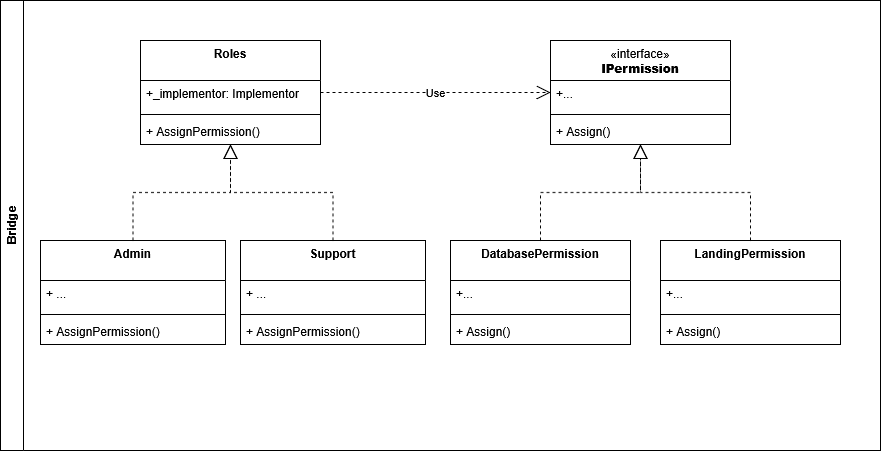
The draw.io diagram structural-patterns/bridge/devgalop.learn.bridge/resources/arq_bridge.drawio.png in devgalop/design-patterns-csharp, before a commit. Source tidied: cells renumbered, new cells last; positions are measured from the earlier drawing's top-left corner, leaving out a move shared by most shapes. Source of this version:
```xml
<mxGraphModel>
  <root>
    <mxCell id="0" />
    <mxCell id="1" parent="0" />
    <mxCell id="2" value="Bridge" style="swimlane;horizontal=0;whiteSpace=wrap;html=1;" parent="1" vertex="1">
      <mxGeometry width="880" height="450" as="geometry" />
    </mxCell>
    <mxCell id="3" value="Roles" style="swimlane;fontStyle=1;align=center;verticalAlign=top;horizontal=1;startSize=40;whiteSpace=wrap;html=1;" parent="2" vertex="1">
      <mxGeometry x="140" y="40" width="180" height="104" as="geometry" />
    </mxCell>
    <mxCell id="4" value="+_implementor: Implementor" style="text;strokeColor=none;fillColor=none;align=left;verticalAlign=top;spacingLeft=4;spacingRight=4;overflow=hidden;whiteSpace=wrap;html=1;" parent="3" vertex="1">
      <mxGeometry y="40" width="180" height="30" as="geometry" />
    </mxCell>
    <mxCell id="5" style="line;strokeWidth=1;fillColor=none;align=left;verticalAlign=middle;spacingTop=-1;spacingLeft=3;spacingRight=3;labelPosition=right;strokeColor=inherit;" parent="3" vertex="1">
      <mxGeometry y="70" width="180" height="8" as="geometry" />
    </mxCell>
    <mxCell id="6" value="+ AssignPermission()" style="text;strokeColor=none;fillColor=none;align=left;verticalAlign=top;spacingLeft=4;spacingRight=4;overflow=hidden;whiteSpace=wrap;html=1;" parent="3" vertex="1">
      <mxGeometry y="78" width="180" height="26" as="geometry" />
    </mxCell>
    <mxCell id="7" value="Admin" style="swimlane;fontStyle=1;align=center;verticalAlign=top;horizontal=1;startSize=40;whiteSpace=wrap;html=1;" parent="2" vertex="1">
      <mxGeometry x="40" y="240" width="185" height="104" as="geometry" />
    </mxCell>
    <mxCell id="8" value="+ ..." style="text;strokeColor=none;fillColor=none;align=left;verticalAlign=top;spacingLeft=4;spacingRight=4;overflow=hidden;whiteSpace=wrap;html=1;" parent="7" vertex="1">
      <mxGeometry y="40" width="185" height="30" as="geometry" />
    </mxCell>
    <mxCell id="9" style="line;strokeWidth=1;fillColor=none;align=left;verticalAlign=middle;spacingTop=-1;spacingLeft=3;spacingRight=3;labelPosition=right;strokeColor=inherit;" parent="7" vertex="1">
      <mxGeometry y="70" width="185" height="8" as="geometry" />
    </mxCell>
    <mxCell id="10" value="+ AssignPermission()" style="text;strokeColor=none;fillColor=none;align=left;verticalAlign=top;spacingLeft=4;spacingRight=4;overflow=hidden;whiteSpace=wrap;html=1;" parent="7" vertex="1">
      <mxGeometry y="78" width="185" height="26" as="geometry" />
    </mxCell>
    <mxCell id="11" value="DatabasePermission" style="swimlane;fontStyle=1;align=center;verticalAlign=top;horizontal=1;startSize=40;whiteSpace=wrap;html=1;" parent="2" vertex="1">
      <mxGeometry x="450" y="240" width="180" height="104" as="geometry" />
    </mxCell>
    <mxCell id="12" value="+..." style="text;strokeColor=none;fillColor=none;align=left;verticalAlign=top;spacingLeft=4;spacingRight=4;overflow=hidden;whiteSpace=wrap;html=1;" parent="11" vertex="1">
      <mxGeometry y="40" width="180" height="30" as="geometry" />
    </mxCell>
    <mxCell id="13" style="line;strokeWidth=1;fillColor=none;align=left;verticalAlign=middle;spacingTop=-1;spacingLeft=3;spacingRight=3;labelPosition=right;strokeColor=inherit;" parent="11" vertex="1">
      <mxGeometry y="70" width="180" height="8" as="geometry" />
    </mxCell>
    <mxCell id="14" value="+ Assign()" style="text;strokeColor=none;fillColor=none;align=left;verticalAlign=top;spacingLeft=4;spacingRight=4;overflow=hidden;whiteSpace=wrap;html=1;" parent="11" vertex="1">
      <mxGeometry y="78" width="180" height="26" as="geometry" />
    </mxCell>
    <mxCell id="15" style="endArrow=block;dashed=1;endFill=0;endSize=12;html=1;rounded=0;edgeStyle=orthogonalEdgeStyle;" parent="2" edge="1" source="7" target="3">
      <mxGeometry relative="1" as="geometry" />
    </mxCell>
    <mxCell id="16" value="&lt;span style=&quot;font-weight: normal;&quot;&gt;«interface»&lt;/span&gt;&lt;br&gt;&lt;b&gt;IPermission&lt;/b&gt;" style="swimlane;fontStyle=1;align=center;verticalAlign=top;horizontal=1;startSize=40;whiteSpace=wrap;html=1;" parent="2" vertex="1">
      <mxGeometry x="550" y="40" width="180" height="104" as="geometry" />
    </mxCell>
    <mxCell id="17" value="+..." style="text;strokeColor=none;fillColor=none;align=left;verticalAlign=top;spacingLeft=4;spacingRight=4;overflow=hidden;whiteSpace=wrap;html=1;" parent="16" vertex="1">
      <mxGeometry y="40" width="180" height="30" as="geometry" />
    </mxCell>
    <mxCell id="18" style="line;strokeWidth=1;fillColor=none;align=left;verticalAlign=middle;spacingTop=-1;spacingLeft=3;spacingRight=3;labelPosition=right;strokeColor=inherit;" parent="16" vertex="1">
      <mxGeometry y="70" width="180" height="8" as="geometry" />
    </mxCell>
    <mxCell id="19" value="+ Assign()" style="text;strokeColor=none;fillColor=none;align=left;verticalAlign=top;spacingLeft=4;spacingRight=4;overflow=hidden;whiteSpace=wrap;html=1;" parent="16" vertex="1">
      <mxGeometry y="78" width="180" height="26" as="geometry" />
    </mxCell>
    <mxCell id="20" value="Use" style="endArrow=open;endSize=12;dashed=1;html=1;rounded=0;" parent="2" edge="1" source="3" target="16">
      <mxGeometry relative="1" as="geometry" />
    </mxCell>
    <mxCell id="21" style="endArrow=block;dashed=1;endFill=0;endSize=12;html=1;rounded=0;edgeStyle=orthogonalEdgeStyle;" parent="2" edge="1" source="11" target="16">
      <mxGeometry relative="1" as="geometry" />
    </mxCell>
    <mxCell id="22" value="LandingPermission" style="swimlane;fontStyle=1;align=center;verticalAlign=top;horizontal=1;startSize=40;whiteSpace=wrap;html=1;" parent="2" vertex="1">
      <mxGeometry x="660" y="240" width="180" height="104" as="geometry" />
    </mxCell>
    <mxCell id="23" value="+..." style="text;strokeColor=none;fillColor=none;align=left;verticalAlign=top;spacingLeft=4;spacingRight=4;overflow=hidden;whiteSpace=wrap;html=1;" parent="22" vertex="1">
      <mxGeometry y="40" width="180" height="30" as="geometry" />
    </mxCell>
    <mxCell id="24" style="line;strokeWidth=1;fillColor=none;align=left;verticalAlign=middle;spacingTop=-1;spacingLeft=3;spacingRight=3;labelPosition=right;strokeColor=inherit;" parent="22" vertex="1">
      <mxGeometry y="70" width="180" height="8" as="geometry" />
    </mxCell>
    <mxCell id="25" value="+ Assign()" style="text;strokeColor=none;fillColor=none;align=left;verticalAlign=top;spacingLeft=4;spacingRight=4;overflow=hidden;whiteSpace=wrap;html=1;" parent="22" vertex="1">
      <mxGeometry y="78" width="180" height="26" as="geometry" />
    </mxCell>
    <mxCell id="26" style="endArrow=block;dashed=1;endFill=0;endSize=12;html=1;rounded=0;edgeStyle=orthogonalEdgeStyle;" parent="2" edge="1" source="22" target="16">
      <mxGeometry relative="1" as="geometry" />
    </mxCell>
    <mxCell id="27" value="Support" style="swimlane;fontStyle=1;align=center;verticalAlign=top;horizontal=1;startSize=40;whiteSpace=wrap;html=1;" parent="2" vertex="1">
      <mxGeometry x="240" y="240" width="185" height="104" as="geometry" />
    </mxCell>
    <mxCell id="28" value="+ ..." style="text;strokeColor=none;fillColor=none;align=left;verticalAlign=top;spacingLeft=4;spacingRight=4;overflow=hidden;whiteSpace=wrap;html=1;" parent="27" vertex="1">
      <mxGeometry y="40" width="185" height="30" as="geometry" />
    </mxCell>
    <mxCell id="29" style="line;strokeWidth=1;fillColor=none;align=left;verticalAlign=middle;spacingTop=-1;spacingLeft=3;spacingRight=3;labelPosition=right;strokeColor=inherit;" parent="27" vertex="1">
      <mxGeometry y="70" width="185" height="8" as="geometry" />
    </mxCell>
    <mxCell id="30" value="+ AssignPermission()" style="text;strokeColor=none;fillColor=none;align=left;verticalAlign=top;spacingLeft=4;spacingRight=4;overflow=hidden;whiteSpace=wrap;html=1;" parent="27" vertex="1">
      <mxGeometry y="78" width="185" height="26" as="geometry" />
    </mxCell>
    <mxCell id="31" style="endArrow=block;dashed=1;endFill=0;endSize=12;html=1;rounded=0;edgeStyle=orthogonalEdgeStyle;" parent="2" edge="1" source="27" target="3">
      <mxGeometry relative="1" as="geometry" />
    </mxCell>
  </root>
</mxGraphModel>
```
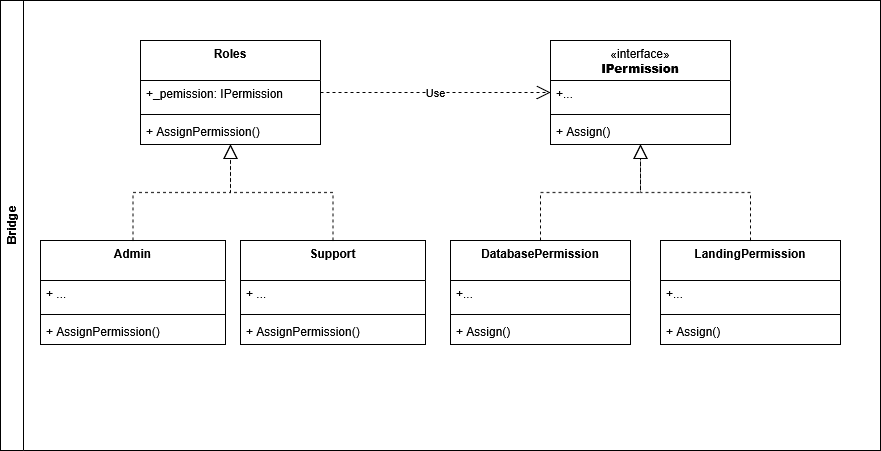
Above is the later version.

Commit message:
Fix bridge diagram

What changed in the source:
```diff
@@ -8,7 +8,7 @@
     <mxCell id="3" value="Roles" style="swimlane;fontStyle=1;align=center;verticalAlign=top;horizontal=1;startSize=40;whiteSpace=wrap;html=1;" parent="2" vertex="1">
       <mxGeometry x="140" y="40" width="180" height="104" as="geometry" />
     </mxCell>
-    <mxCell id="4" value="+_implementor: Implementor" style="text;strokeColor=none;fillColor=none;align=left;verticalAlign=top;spacingLeft=4;spacingRight=4;overflow=hidden;whiteSpace=wrap;html=1;" parent="3" vertex="1">
+    <mxCell id="4" value="+_pemission: IPermission" style="text;strokeColor=none;fillColor=none;align=left;verticalAlign=top;spacingLeft=4;spacingRight=4;overflow=hidden;whiteSpace=wrap;html=1;" parent="3" vertex="1">
       <mxGeometry y="40" width="180" height="30" as="geometry" />
     </mxCell>
     <mxCell id="5" style="line;strokeWidth=1;fillColor=none;align=left;verticalAlign=middle;spacingTop=-1;spacingLeft=3;spacingRight=3;labelPosition=right;strokeColor=inherit;" parent="3" vertex="1">
```
